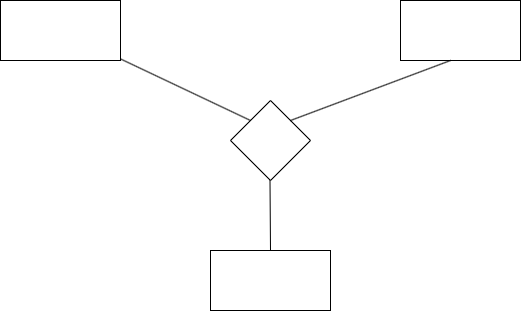
The draw.io diagram Chương 3 QT2(Mô hình hóa).png in datnham0212/learning, before a commit. Source tidied: cells renumbered, new cells last; positions are measured from the earlier drawing's top-left corner, leaving out a move shared by most shapes. Source of this version:
```xml
<mxGraphModel>
  <root>
    <mxCell id="0" />
    <mxCell id="1" parent="0" />
    <mxCell id="2" style="rounded=0;whiteSpace=wrap;html=1;fontSize=24;" parent="1" vertex="1">
      <mxGeometry x="210" y="250" width="120" height="60" as="geometry" />
    </mxCell>
    <mxCell id="3" style="rounded=0;whiteSpace=wrap;html=1;fontSize=24;" parent="1" vertex="1">
      <mxGeometry width="120" height="60" as="geometry" />
    </mxCell>
    <mxCell id="4" style="rounded=0;whiteSpace=wrap;html=1;fontSize=24;" parent="1" vertex="1">
      <mxGeometry x="400" width="120" height="60" as="geometry" />
    </mxCell>
    <mxCell id="5" style="endArrow=none;html=1;rounded=0;fontSize=24;exitX=0;exitY=0;exitDx=0;exitDy=0;" parent="1" edge="1" source="7" target="3">
      <mxGeometry relative="1" as="geometry" />
    </mxCell>
    <mxCell id="6" style="endArrow=none;html=1;rounded=0;fontSize=24;exitX=0.5;exitY=0;exitDx=0;exitDy=0;" parent="1" edge="1" source="2">
      <mxGeometry relative="1" as="geometry">
        <mxPoint x="269.5" y="180" as="targetPoint" />
      </mxGeometry>
    </mxCell>
    <mxCell id="7" style="rhombus;whiteSpace=wrap;html=1;fontSize=24;" parent="1" vertex="1">
      <mxGeometry x="230" y="100" width="80" height="80" as="geometry" />
    </mxCell>
    <mxCell id="8" style="endArrow=none;html=1;rounded=0;fontSize=24;exitX=1;exitY=0;exitDx=0;exitDy=0;" parent="1" edge="1" source="7">
      <mxGeometry relative="1" as="geometry">
        <mxPoint x="450" y="60" as="targetPoint" />
      </mxGeometry>
    </mxCell>
  </root>
</mxGraphModel>
```
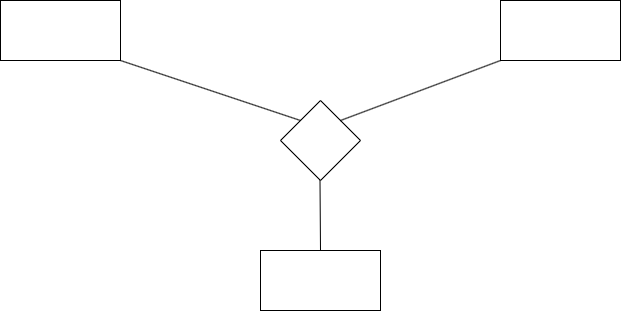
Later version of the same file.

Change to the diagram source:
```diff
@@ -6,12 +6,12 @@
       <mxGeometry x="210" y="250" width="120" height="60" as="geometry" />
     </mxCell>
     <mxCell id="3" style="rounded=0;whiteSpace=wrap;html=1;fontSize=24;" parent="1" vertex="1">
-      <mxGeometry width="120" height="60" as="geometry" />
+      <mxGeometry x="-50" width="120" height="60" as="geometry" />
     </mxCell>
     <mxCell id="4" style="rounded=0;whiteSpace=wrap;html=1;fontSize=24;" parent="1" vertex="1">
-      <mxGeometry x="400" width="120" height="60" as="geometry" />
+      <mxGeometry x="450" width="120" height="60" as="geometry" />
     </mxCell>
-    <mxCell id="5" style="endArrow=none;html=1;rounded=0;fontSize=24;exitX=0;exitY=0;exitDx=0;exitDy=0;" parent="1" edge="1" source="7" target="3">
+    <mxCell id="5" style="endArrow=none;html=1;rounded=0;fontSize=24;exitX=0;exitY=0;exitDx=0;exitDy=0;entryX=1;entryY=1;entryDx=0;entryDy=0;" parent="1" edge="1" source="7" target="3">
       <mxGeometry relative="1" as="geometry" />
     </mxCell>
     <mxCell id="6" style="endArrow=none;html=1;rounded=0;fontSize=24;exitX=0.5;exitY=0;exitDx=0;exitDy=0;" parent="1" edge="1" source="2">
```
